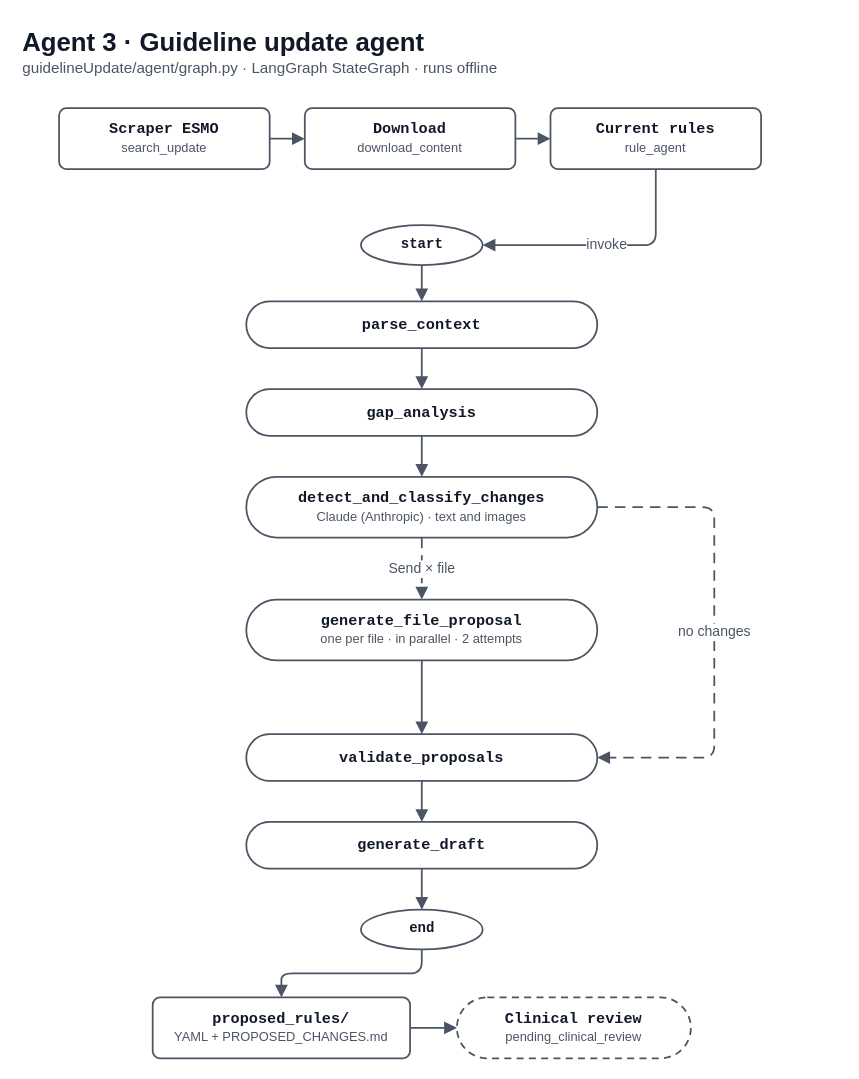
Earlier version of the draw.io diagram docs/diagramas/agente_3_guias.drawio (Paulina0209/Proyecto_4). Source tidied: cells renumbered, new cells numbered last; positions are measured from the earlier drawing's top-left corner, leaving out a move shared by most shapes. Both pictures are drawn from the tidied source at 117%, with x=0, y=0 at pixel (20, 20).
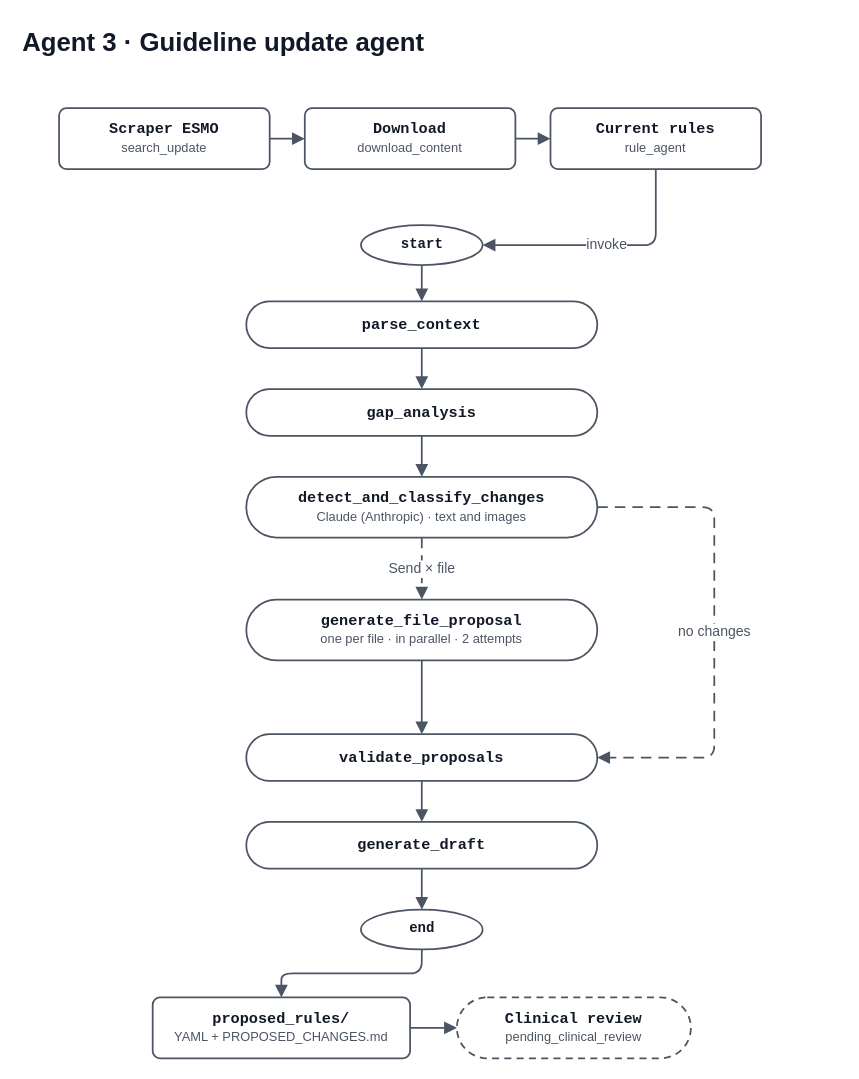
Above is the later version.

Change to the diagram source:
```diff
@@
-    <mxCell id="2" value="&lt;b style=&quot;font-size:22px&quot;&gt;Agent 3 · Guideline update agent&lt;/b&gt;&lt;br&gt;&lt;font style=&quot;font-size:13px&quot; color=&quot;#4B5563&quot;&gt;guidelineUpdate/agent/graph.py · LangGraph StateGraph · runs offline&lt;/font&gt;" style="text;html=1;strokeColor=none;fillColor=none;align=left;verticalAlign=top;fontColor=#111827;" parent="1" vertex="1">
+    <mxCell id="2" value="&lt;b style=&quot;font-size:22px&quot;&gt;Agent 3 · Guideline update agent&lt;/b&gt;" style="text;html=1;strokeColor=none;fillColor=none;align=left;verticalAlign=top;fontColor=#111827;" parent="1" vertex="1">
       <mxGeometry width="700" height="56" as="geometry" />
     </mxCell>
```
